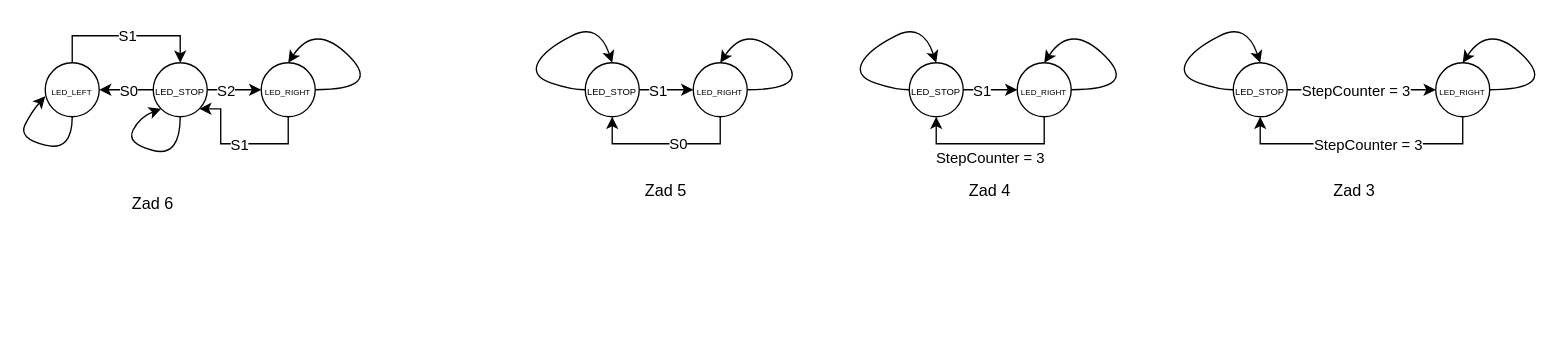
This is PPSW/Archive/Automaty/Diagram.drawio from Macikop/LABS, a draw.io file, before an edit. Source tidied: cells renumbered, new cells numbered last; positions are measured from the earlier drawing's top-left corner, leaving out a move shared by most shapes. Both pictures are drawn from the tidied source at 135%, with x=0, y=0 at pixel (18, 22).
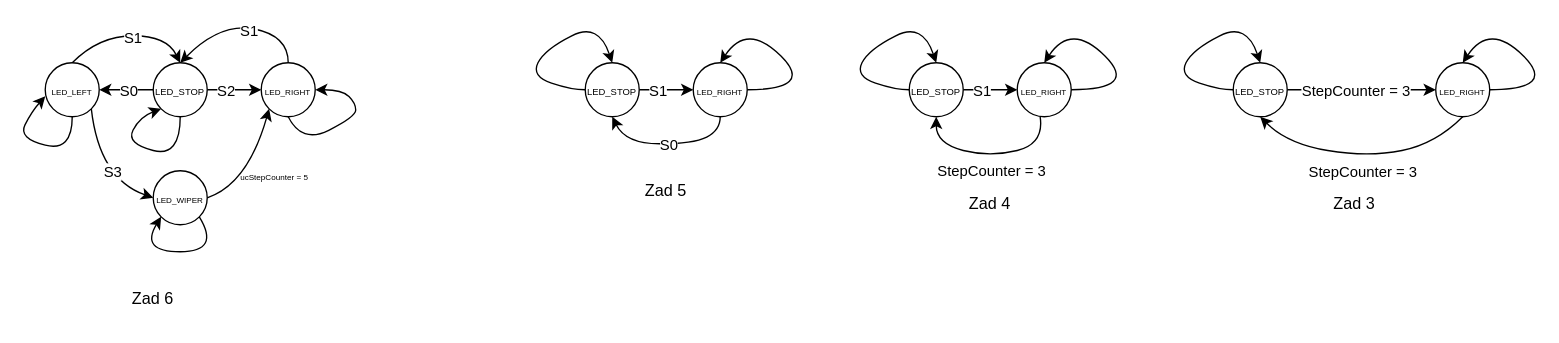
After the change.

Unchanged cells that the change refers to:
```xml
<mxCell id="4" value="&lt;font style=&quot;font-size: 6px;&quot;&gt;LED_LEFT&lt;/font&gt;" style="ellipse;whiteSpace=wrap;html=1;" parent="1" vertex="1">
  <mxGeometry x="20" y="30" width="40" height="40" as="geometry" />
</mxCell>
<mxCell id="9" value="&lt;font style=&quot;font-size: 7px;&quot;&gt;LED_STOP&lt;/font&gt;" style="ellipse;whiteSpace=wrap;html=1;" parent="1" vertex="1">
  <mxGeometry x="100" y="30" width="40" height="40" as="geometry" />
</mxCell>
<mxCell id="12" value="&lt;font style=&quot;font-size: 6px;&quot;&gt;LED_RIGHT&lt;/font&gt;" style="ellipse;whiteSpace=wrap;html=1;" parent="1" vertex="1">
  <mxGeometry x="180" y="30" width="40" height="40" as="geometry" />
</mxCell>
<mxCell id="19" value="&lt;font style=&quot;font-size: 7px;&quot;&gt;LED_STOP&lt;/font&gt;" style="ellipse;whiteSpace=wrap;html=1;" parent="1" vertex="1">
  <mxGeometry x="420" y="30" width="40" height="40" as="geometry" />
</mxCell>
<mxCell id="22" value="&lt;font style=&quot;font-size: 6px;&quot;&gt;LED_RIGHT&lt;/font&gt;" style="ellipse;whiteSpace=wrap;html=1;" parent="1" vertex="1">
  <mxGeometry x="500" y="30" width="40" height="40" as="geometry" />
</mxCell>
<mxCell id="27" value="&lt;font style=&quot;font-size: 7px;&quot;&gt;LED_STOP&lt;/font&gt;" style="ellipse;whiteSpace=wrap;html=1;" parent="1" vertex="1">
  <mxGeometry x="660" y="30" width="40" height="40" as="geometry" />
</mxCell>
<mxCell id="30" value="&lt;font style=&quot;font-size: 6px;&quot;&gt;LED_RIGHT&lt;/font&gt;" style="ellipse;whiteSpace=wrap;html=1;" parent="1" vertex="1">
  <mxGeometry x="740" y="30" width="40" height="40" as="geometry" />
</mxCell>
<mxCell id="37" value="&lt;font style=&quot;font-size: 7px;&quot;&gt;LED_STOP&lt;/font&gt;" style="ellipse;whiteSpace=wrap;html=1;" parent="1" vertex="1">
  <mxGeometry x="900" y="30" width="40" height="40" as="geometry" />
</mxCell>
<mxCell id="40" value="&lt;font style=&quot;font-size: 6px;&quot;&gt;LED_RIGHT&lt;/font&gt;" style="ellipse;whiteSpace=wrap;html=1;" parent="1" vertex="1">
  <mxGeometry x="1050" y="30" width="40" height="40" as="geometry" />
</mxCell>
```

What changed in the source:
```diff
@@
-    <mxCell id="2" style="edgeStyle=orthogonalEdgeStyle;rounded=0;jettySize=auto;html=1;entryX=0.5;entryY=0;entryDx=0;entryDy=0;" parent="1" edge="1" source="4" target="9">
-      <mxGeometry relative="1" as="geometry">
-        <Array as="points">
-          <mxPoint x="40" y="10" />
-          <mxPoint x="120" y="10" />
-        </Array>
-      </mxGeometry>
-    </mxCell>
-    <mxCell id="3" value="S1" style="edgeLabel;html=1;align=center;verticalAlign=middle;" parent="2" vertex="1">
-      <mxGeometry x="-0.38" y="1" relative="1" as="geometry">
-        <mxPoint x="23" as="offset" />
-      </mxGeometry>
-    </mxCell>
@@
-    <mxCell id="10" style="edgeStyle=orthogonalEdgeStyle;rounded=0;jettySize=auto;html=1;entryX=1;entryY=1;entryDx=0;entryDy=0;" parent="1" edge="1" source="12" target="9">
-      <mxGeometry relative="1" as="geometry">
-        <Array as="points">
-          <mxPoint x="200" y="90" />
-          <mxPoint x="150" y="90" />
-          <mxPoint x="150" y="64" />
-        </Array>
-      </mxGeometry>
-    </mxCell>
-    <mxCell id="11" value="&lt;div&gt;S1&lt;/div&gt;" style="edgeLabel;html=1;align=center;verticalAlign=middle;" parent="10" vertex="1">
-      <mxGeometry x="0.02" y="2" relative="1" as="geometry">
-        <mxPoint y="-2" as="offset" />
-      </mxGeometry>
-    </mxCell>
@@
-    <mxCell id="15" style="curved=1;endArrow=classic;html=1;rounded=0;entryX=0.5;entryY=0;entryDx=0;entryDy=0;" parent="1" edge="1" target="12">
-      <mxGeometry relative="1" as="geometry">
-        <mxPoint x="220" y="50" as="sourcePoint" />
-        <Array as="points">
-          <mxPoint x="270" y="50" />
-          <mxPoint x="220" />
-        </Array>
-      </mxGeometry>
-    </mxCell>
     <mxCell id="16" value="&lt;div&gt;Zad 6&lt;/div&gt;" style="text;html=1;align=center;verticalAlign=middle;whiteSpace=wrap;rounded=0;" parent="1" vertex="1">
-      <mxGeometry x="70" y="120" width="60" height="30" as="geometry" />
+      <mxGeometry x="70" y="190" width="60" height="30" as="geometry" />
     </mxCell>
@@
-    <mxCell id="20" style="edgeStyle=orthogonalEdgeStyle;rounded=0;jettySize=auto;html=1;entryX=0.5;entryY=1;entryDx=0;entryDy=0;" parent="1" edge="1" source="22" target="19">
-      <mxGeometry relative="1" as="geometry">
-        <Array as="points">
-          <mxPoint x="520" y="90" />
-          <mxPoint x="440" y="90" />
-        </Array>
-      </mxGeometry>
-    </mxCell>
-    <mxCell id="21" value="&lt;div&gt;S0&lt;/div&gt;" style="edgeLabel;html=1;align=center;verticalAlign=middle;" parent="20" vertex="1">
-      <mxGeometry x="-0.14" y="-1" relative="1" as="geometry" />
-    </mxCell>
@@
-    <mxCell id="28" style="edgeStyle=orthogonalEdgeStyle;rounded=0;jettySize=auto;html=1;entryX=0.5;entryY=1;entryDx=0;entryDy=0;" parent="1" edge="1" source="30" target="27">
-      <mxGeometry relative="1" as="geometry">
-        <Array as="points">
-          <mxPoint x="760" y="90" />
-          <mxPoint x="680" y="90" />
-        </Array>
-      </mxGeometry>
-    </mxCell>
-    <mxCell id="29" value="&lt;div&gt;StepCounter = 3&lt;/div&gt;" style="edgeLabel;html=1;align=center;verticalAlign=middle;" parent="28" vertex="1">
-      <mxGeometry x="-0.14" y="-1" relative="1" as="geometry">
-        <mxPoint x="-9" y="11" as="offset" />
-      </mxGeometry>
-    </mxCell>
@@
     <mxCell id="34" value="&lt;div&gt;Zad 4&lt;/div&gt;" style="text;html=1;align=center;verticalAlign=middle;whiteSpace=wrap;rounded=0;" parent="1" vertex="1">
-      <mxGeometry x="690" y="110" width="60" height="30" as="geometry" />
+      <mxGeometry x="690" y="120" width="60" height="30" as="geometry" />
     </mxCell>
@@
-    <mxCell id="38" style="edgeStyle=orthogonalEdgeStyle;rounded=0;jettySize=auto;html=1;entryX=0.5;entryY=1;entryDx=0;entryDy=0;" parent="1" edge="1" source="40" target="37">
-      <mxGeometry relative="1" as="geometry">
-        <Array as="points">
-          <mxPoint x="1070" y="90" />
-          <mxPoint x="920" y="90" />
-        </Array>
-      </mxGeometry>
-    </mxCell>
-    <mxCell id="39" value="&lt;div&gt;StepCounter = 3&lt;/div&gt;" style="edgeLabel;html=1;align=center;verticalAlign=middle;" parent="38" vertex="1">
-      <mxGeometry x="-0.14" y="-1" relative="1" as="geometry">
-        <mxPoint x="-9" y="1" as="offset" />
-      </mxGeometry>
-    </mxCell>
@@
     <mxCell id="43" value="&lt;div&gt;Zad 3&lt;/div&gt;" style="text;html=1;align=center;verticalAlign=middle;whiteSpace=wrap;rounded=0;" parent="1" vertex="1">
-      <mxGeometry x="960" y="110" width="60" height="30" as="geometry" />
+      <mxGeometry x="960" y="120" width="60" height="30" as="geometry" />
     </mxCell>
+    <mxCell id="44" style="curved=1;endArrow=classic;html=1;rounded=0;entryX=0.5;entryY=0;entryDx=0;entryDy=0;" parent="1" edge="1" target="9">
+      <mxGeometry relative="1" as="geometry">
+        <mxPoint x="40" y="30" as="sourcePoint" />
+        <Array as="points">
+          <mxPoint x="60" y="10" />
+          <mxPoint x="110" y="10" />
+        </Array>
+      </mxGeometry>
+    </mxCell>
+    <mxCell id="45" value="S1" style="edgeLabel;html=1;align=center;verticalAlign=middle;" parent="44" vertex="1">
+      <mxGeometry x="0.06" y="-1" relative="1" as="geometry" />
+    </mxCell>
+    <mxCell id="46" style="curved=1;endArrow=classic;html=1;rounded=0;entryX=0.5;entryY=1;entryDx=0;entryDy=0;" parent="1" edge="1" target="19">
+      <mxGeometry relative="1" as="geometry">
+        <mxPoint x="520" y="70" as="sourcePoint" />
+        <Array as="points">
+          <mxPoint x="520" y="80" />
+          <mxPoint x="500" y="90" />
+          <mxPoint x="450" y="90" />
+        </Array>
+      </mxGeometry>
+    </mxCell>
+    <mxCell id="21" value="S0" style="edgeLabel;html=1;align=center;verticalAlign=middle;" parent="46" vertex="1">
+      <mxGeometry x="-0.02" relative="1" as="geometry" />
+    </mxCell>
+    <mxCell id="47" style="curved=1;endArrow=classic;html=1;rounded=0;entryX=0.5;entryY=1;entryDx=0;entryDy=0;" parent="1" edge="1" target="27">
+      <mxGeometry relative="1" as="geometry">
+        <mxPoint x="757" y="70" as="sourcePoint" />
+        <Array as="points">
+          <mxPoint x="760" y="90" />
+          <mxPoint x="720" y="100" />
+          <mxPoint x="680" y="90" />
+        </Array>
+      </mxGeometry>
+    </mxCell>
+    <mxCell id="48" value="&lt;div&gt;StepCounter = 3&lt;/div&gt;" style="edgeLabel;html=1;align=center;verticalAlign=middle;" parent="47" vertex="1">
+      <mxGeometry x="0.08" y="-2" relative="1" as="geometry">
+        <mxPoint x="4" y="13" as="offset" />
+      </mxGeometry>
+    </mxCell>
+    <mxCell id="49" style="curved=1;endArrow=classic;html=1;rounded=0;entryX=0.5;entryY=1;entryDx=0;entryDy=0;" parent="1" edge="1" target="37">
+      <mxGeometry relative="1" as="geometry">
+        <mxPoint x="1070" y="70" as="sourcePoint" />
+        <Array as="points">
+          <mxPoint x="1050" y="90" />
+          <mxPoint x="1000" y="100" />
+          <mxPoint x="940" y="90" />
+        </Array>
+      </mxGeometry>
+    </mxCell>
+    <mxCell id="50" value="&lt;div&gt;StepCounter = 3&lt;/div&gt;" style="edgeLabel;html=1;align=center;verticalAlign=middle;" parent="49" vertex="1">
+      <mxGeometry relative="1" as="geometry">
+        <mxPoint y="11" as="offset" />
+      </mxGeometry>
+    </mxCell>
+    <mxCell id="51" style="curved=1;endArrow=classic;html=1;rounded=0;entryX=0.5;entryY=0;entryDx=0;entryDy=0;" parent="1" edge="1" target="9">
+      <mxGeometry relative="1" as="geometry">
+        <mxPoint x="200" y="30" as="sourcePoint" />
+        <Array as="points">
+          <mxPoint x="200" y="10" />
+          <mxPoint x="150" />
+        </Array>
+      </mxGeometry>
+    </mxCell>
+    <mxCell id="52" value="S1" style="edgeLabel;html=1;align=center;verticalAlign=middle;" parent="51" vertex="1">
+      <mxGeometry x="-0.29" relative="1" as="geometry">
+        <mxPoint x="-10" as="offset" />
+      </mxGeometry>
+    </mxCell>
+    <mxCell id="53" style="curved=1;endArrow=classic;html=1;rounded=0;entryX=1;entryY=0.5;entryDx=0;entryDy=0;" parent="1" edge="1" target="12">
+      <mxGeometry relative="1" as="geometry">
+        <mxPoint x="200" y="70" as="sourcePoint" />
+        <Array as="points">
+          <mxPoint x="210" y="90" />
+          <mxPoint x="250" y="70" />
+          <mxPoint x="250" y="60" />
+          <mxPoint x="240" y="50" />
+        </Array>
+      </mxGeometry>
+    </mxCell>
+    <mxCell id="54" style="curved=1;endArrow=classic;html=1;rounded=0;exitX=1;exitY=1;exitDx=0;exitDy=0;entryX=0;entryY=0.5;entryDx=0;entryDy=0;" parent="1" edge="1" source="4" target="56">
+      <mxGeometry relative="1" as="geometry">
+        <Array as="points">
+          <mxPoint x="60" y="115.9" />
+        </Array>
+      </mxGeometry>
+    </mxCell>
+    <mxCell id="55" value="S3" style="edgeLabel;html=1;align=center;verticalAlign=middle;" parent="54" vertex="1">
+      <mxGeometry x="0.15" y="-8" relative="1" as="geometry">
+        <mxPoint x="10" y="-14" as="offset" />
+      </mxGeometry>
+    </mxCell>
+    <mxCell id="56" value="&lt;font style=&quot;font-size: 6px;&quot;&gt;LED_WIPER&lt;/font&gt;" style="ellipse;whiteSpace=wrap;html=1;" parent="1" vertex="1">
+      <mxGeometry x="100" y="110" width="40" height="40" as="geometry" />
+    </mxCell>
+    <mxCell id="57" style="curved=1;endArrow=classic;html=1;rounded=0;exitX=1;exitY=0.5;exitDx=0;exitDy=0;entryX=0;entryY=1;entryDx=0;entryDy=0;" parent="1" edge="1" source="56" target="12">
+      <mxGeometry relative="1" as="geometry">
+        <Array as="points">
+          <mxPoint x="170" y="120" />
+        </Array>
+      </mxGeometry>
+    </mxCell>
+    <mxCell id="58" value="&lt;div&gt;&lt;font style=&quot;font-size: 6px;&quot;&gt;ucStepCounter = 5&lt;br&gt;&lt;/font&gt;&lt;/div&gt;" style="text;html=1;align=center;verticalAlign=middle;whiteSpace=wrap;rounded=0;" parent="1" vertex="1">
+      <mxGeometry x="160" y="105" width="60" height="15" as="geometry" />
+    </mxCell>
+    <mxCell id="59" style="curved=1;endArrow=classic;html=1;rounded=0;exitX=1;exitY=1;exitDx=0;exitDy=0;entryX=0;entryY=1;entryDx=0;entryDy=0;" parent="1" edge="1" source="56" target="56">
+      <mxGeometry relative="1" as="geometry">
+        <Array as="points">
+          <mxPoint x="150" y="170" />
+          <mxPoint x="90" y="170" />
+        </Array>
+      </mxGeometry>
+    </mxCell>
```
